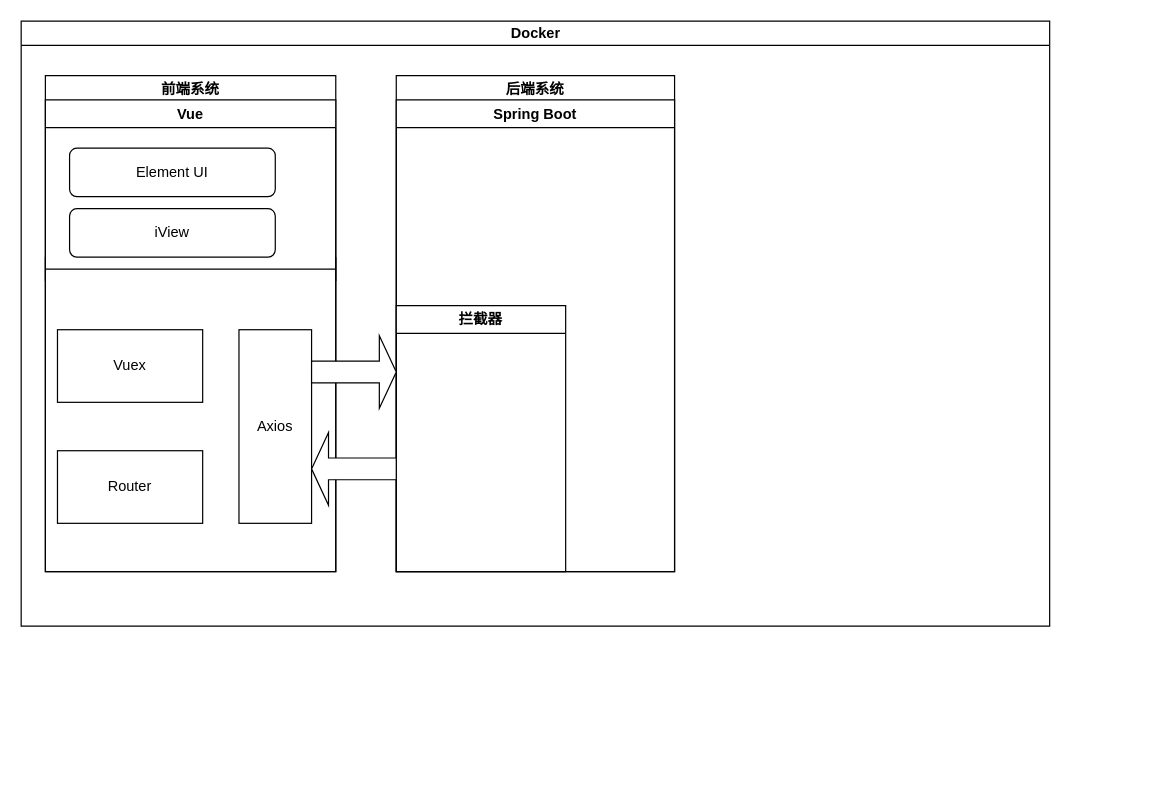
SANZONGi/draw keeps this draw.io diagram as bishe/未命名绘图.drawio. Above is the earlier version. Source tidied: cells renumbered, new cells numbered last; positions are measured from the earlier drawing's top-left corner, leaving out a move shared by most shapes. Both pictures are drawn from the tidied source at 121%, with x=0, y=0 at pixel (21, 21).
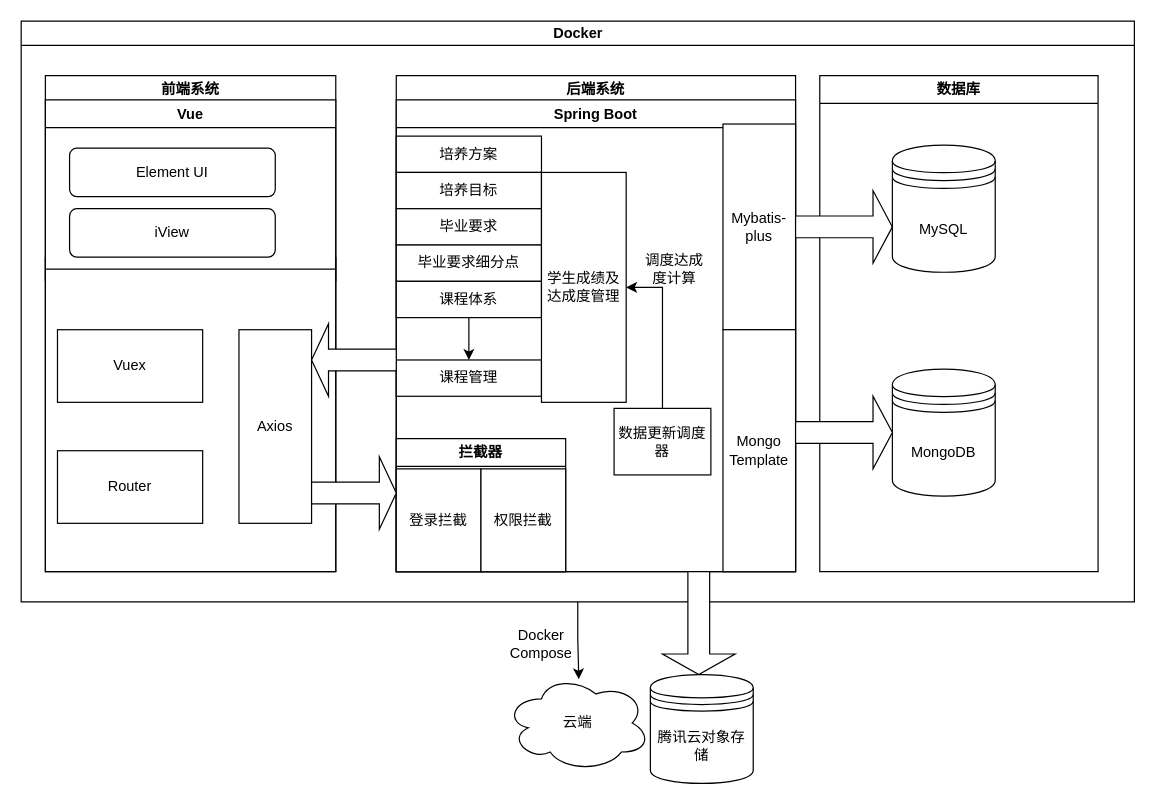
The same diagram, later.

Commit message:
更新未命名绘图.drawio

The edit, as a diff of the source:
```diff
@@
+    <mxCell id="16" style="edgeStyle=orthogonalEdgeStyle;rounded=0;jettySize=auto;html=1;exitX=0.5;exitY=1;exitDx=0;exitDy=0;entryX=0.507;entryY=0.049;entryDx=0;entryDy=0;entryPerimeter=0;" parent="1" edge="1" source="2" target="39">
+      <mxGeometry relative="1" as="geometry" />
+    </mxCell>
     <mxCell id="2" value="Docker" style="swimlane;html=1;startSize=20;horizontal=1;containerType=tree;glass=0;" parent="1" vertex="1">
-      <mxGeometry width="850" height="500" as="geometry" />
+      <mxGeometry width="920" height="480" as="geometry" />
     </mxCell>
@@
     <mxCell id="11" value="后端系统" style="swimlane;whiteSpace=wrap;html=1;" parent="2" vertex="1">
-      <mxGeometry x="310" y="45" width="230" height="410" as="geometry" />
+      <mxGeometry x="310" y="45" width="330" height="410" as="geometry" />
     </mxCell>
     <mxCell id="12" value="Spring Boot" style="swimlane;whiteSpace=wrap;html=1;" parent="11" vertex="1">
-      <mxGeometry y="20" width="230" height="390" as="geometry" />
+      <mxGeometry y="20" width="330" height="390" as="geometry" />
     </mxCell>
     <mxCell id="13" value="拦截器" style="swimlane;whiteSpace=wrap;html=1;" parent="12" vertex="1">
-      <mxGeometry y="170" width="140" height="220" as="geometry" />
+      <mxGeometry y="280" width="140" height="110" as="geometry" />
     </mxCell>
+    <mxCell id="17" value="登录拦截" style="rounded=0;whiteSpace=wrap;html=1;" parent="13" vertex="1">
+      <mxGeometry y="25" width="70" height="85" as="geometry" />
+    </mxCell>
+    <mxCell id="18" value="权限拦截" style="rounded=0;whiteSpace=wrap;html=1;" parent="13" vertex="1">
+      <mxGeometry x="70" y="25" width="70" height="85" as="geometry" />
+    </mxCell>
+    <mxCell id="19" value="培养方案" style="rounded=0;whiteSpace=wrap;html=1;" parent="12" vertex="1">
+      <mxGeometry y="30" width="120" height="30" as="geometry" />
+    </mxCell>
+    <mxCell id="20" value="培养目标" style="rounded=0;whiteSpace=wrap;html=1;" parent="12" vertex="1">
+      <mxGeometry y="60" width="120" height="30" as="geometry" />
+    </mxCell>
+    <mxCell id="21" value="毕业要求" style="rounded=0;whiteSpace=wrap;html=1;" parent="12" vertex="1">
+      <mxGeometry y="90" width="120" height="30" as="geometry" />
+    </mxCell>
+    <mxCell id="22" value="毕业要求细分点" style="rounded=0;whiteSpace=wrap;html=1;" parent="12" vertex="1">
+      <mxGeometry y="120" width="120" height="30" as="geometry" />
+    </mxCell>
+    <mxCell id="23" style="edgeStyle=orthogonalEdgeStyle;rounded=0;jettySize=auto;html=1;" parent="12" edge="1" source="24" target="25">
+      <mxGeometry relative="1" as="geometry" />
+    </mxCell>
+    <mxCell id="24" value="课程体系" style="rounded=0;whiteSpace=wrap;html=1;" parent="12" vertex="1">
+      <mxGeometry y="150" width="120" height="30" as="geometry" />
+    </mxCell>
+    <mxCell id="25" value="课程管理" style="rounded=0;whiteSpace=wrap;html=1;" parent="12" vertex="1">
+      <mxGeometry y="215" width="120" height="30" as="geometry" />
+    </mxCell>
+    <mxCell id="26" value="数据更新调度器" style="rounded=0;whiteSpace=wrap;html=1;" parent="12" vertex="1">
+      <mxGeometry x="180" y="255" width="80" height="55" as="geometry" />
+    </mxCell>
+    <mxCell id="27" value="调度达成度计算" style="text;html=1;strokeColor=none;fillColor=none;align=center;verticalAlign=middle;whiteSpace=wrap;rounded=0;" parent="12" vertex="1">
+      <mxGeometry x="200" y="125" width="60" height="30" as="geometry" />
+    </mxCell>
+    <mxCell id="28" value="Mybatis-plus" style="rounded=0;whiteSpace=wrap;html=1;" parent="12" vertex="1">
+      <mxGeometry x="270" y="20" width="60" height="170" as="geometry" />
+    </mxCell>
+    <mxCell id="29" value="Mongo&lt;br&gt;Template" style="rounded=0;whiteSpace=wrap;html=1;" parent="12" vertex="1">
+      <mxGeometry x="270" y="190" width="60" height="200" as="geometry" />
+    </mxCell>
+    <mxCell id="30" value="学生成绩及达成度管理" style="rounded=0;whiteSpace=wrap;html=1;" parent="12" vertex="1">
+      <mxGeometry x="120" y="60" width="70" height="190" as="geometry" />
+    </mxCell>
+    <mxCell id="31" style="edgeStyle=orthogonalEdgeStyle;rounded=0;jettySize=auto;html=1;exitX=0.5;exitY=0;exitDx=0;exitDy=0;entryX=1;entryY=0.5;entryDx=0;entryDy=0;" parent="12" edge="1" source="26" target="30">
+      <mxGeometry relative="1" as="geometry" />
+    </mxCell>
     <mxCell id="14" style="shape=singleArrow;whiteSpace=wrap;html=1;" parent="2" vertex="1">
-      <mxGeometry x="240" y="260" width="70" height="60" as="geometry" />
+      <mxGeometry x="240" y="360" width="70" height="60" as="geometry" />
     </mxCell>
     <mxCell id="15" style="shape=singleArrow;direction=west;whiteSpace=wrap;html=1;" parent="2" vertex="1">
-      <mxGeometry x="240" y="340" width="70" height="60" as="geometry" />
+      <mxGeometry x="240" y="250" width="70" height="60" as="geometry" />
     </mxCell>
+    <mxCell id="32" value="数据库" style="swimlane;whiteSpace=wrap;html=1;startSize=23;" parent="2" vertex="1">
+      <mxGeometry x="660" y="45" width="230" height="410" as="geometry" />
+    </mxCell>
+    <mxCell id="33" style="shape=singleArrow;whiteSpace=wrap;html=1;" parent="32" vertex="1">
+      <mxGeometry x="-20" y="95" width="80" height="60" as="geometry" />
+    </mxCell>
+    <mxCell id="34" value="MySQL" style="shape=datastore;whiteSpace=wrap;html=1;" parent="32" vertex="1">
+      <mxGeometry x="60" y="57.5" width="85" height="105" as="geometry" />
+    </mxCell>
+    <mxCell id="35" value="MongoDB" style="shape=datastore;whiteSpace=wrap;html=1;" parent="32" vertex="1">
+      <mxGeometry x="60" y="242.5" width="85" height="105" as="geometry" />
+    </mxCell>
+    <mxCell id="36" style="shape=singleArrow;whiteSpace=wrap;html=1;" parent="32" vertex="1">
+      <mxGeometry x="-20" y="265" width="80" height="60" as="geometry" />
+    </mxCell>
+    <mxCell id="37" style="shape=singleArrow;direction=south;whiteSpace=wrap;html=1;" parent="2" vertex="1">
+      <mxGeometry x="530" y="455" width="60" height="85" as="geometry" />
+    </mxCell>
+    <mxCell id="38" value="腾讯云对象存储" style="shape=datastore;whiteSpace=wrap;html=1;" parent="1" vertex="1">
+      <mxGeometry x="520" y="540" width="85" height="90" as="geometry" />
+    </mxCell>
+    <mxCell id="39" value="云端" style="ellipse;shape=cloud;whiteSpace=wrap;html=1;" parent="1" vertex="1">
+      <mxGeometry x="400" y="540" width="120" height="80" as="geometry" />
+    </mxCell>
+    <mxCell id="40" value="Docker Compose" style="text;html=1;strokeColor=none;fillColor=none;align=center;verticalAlign=middle;whiteSpace=wrap;rounded=0;" parent="1" vertex="1">
+      <mxGeometry x="400" y="500" width="60" height="30" as="geometry" />
+    </mxCell>
```
